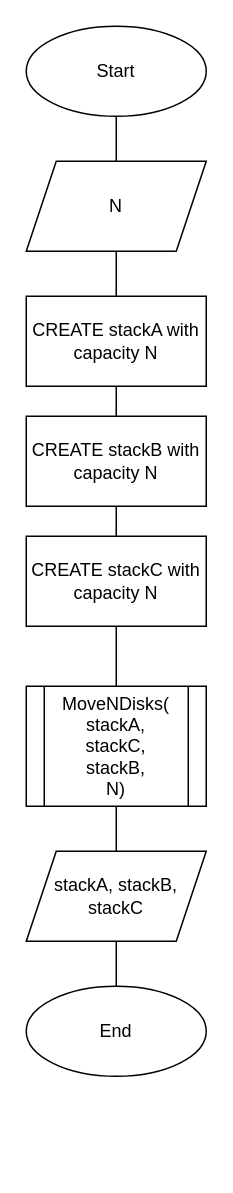
MrTimeGo/ads-petselia-kp01 keeps this draw.io diagram as page "Main" (1 of 6) of lab6/diagram.drawio. Above is the earlier version. Source tidied: cells renumbered, new cells numbered last; positions are measured from the earlier drawing's top-left corner, leaving out a move shared by most shapes. Both pictures are drawn from the tidied source at 150%, with x=0, y=0 at pixel (26, 26).
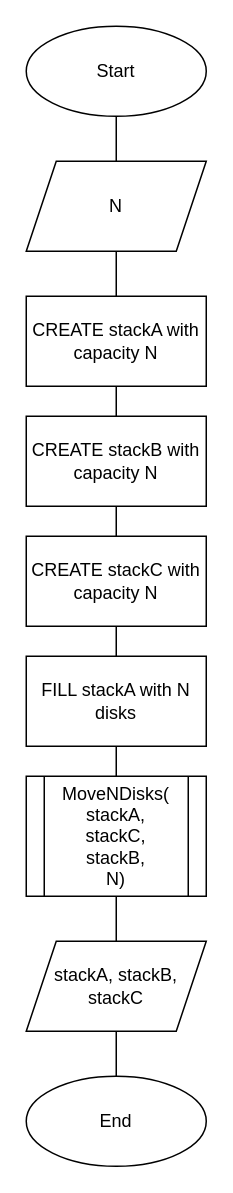
After the change.

Change to the diagram source:
```diff
@@
 <mxGraphModel>
   <root>
     <mxCell id="0" />
     <mxCell id="1" parent="0" />
     <mxCell id="2" style="edgeStyle=orthogonalEdgeStyle;rounded=0;jettySize=auto;html=1;exitX=0.5;exitY=1;exitDx=0;exitDy=0;entryX=0.5;entryY=0;entryDx=0;entryDy=0;endArrow=none;endFill=0;" parent="1" edge="1" source="3" target="5">
       <mxGeometry relative="1" as="geometry" />
     </mxCell>
     <mxCell id="3" value="Start" style="ellipse;whiteSpace=wrap;html=1;" parent="1" vertex="1">
       <mxGeometry width="120" height="60" as="geometry" />
     </mxCell>
     <mxCell id="4" style="edgeStyle=orthogonalEdgeStyle;rounded=0;jettySize=auto;html=1;exitX=0.5;exitY=1;exitDx=0;exitDy=0;entryX=0.5;entryY=0;entryDx=0;entryDy=0;endArrow=none;endFill=0;" parent="1" edge="1" source="5" target="7">
       <mxGeometry relative="1" as="geometry" />
     </mxCell>
     <mxCell id="5" value="N" style="shape=parallelogram;perimeter=parallelogramPerimeter;whiteSpace=wrap;html=1;fixedSize=1;" parent="1" vertex="1">
       <mxGeometry y="90" width="120" height="60" as="geometry" />
     </mxCell>
     <mxCell id="6" style="edgeStyle=orthogonalEdgeStyle;rounded=0;jettySize=auto;html=1;exitX=0.5;exitY=1;exitDx=0;exitDy=0;entryX=0.5;entryY=0;entryDx=0;entryDy=0;endArrow=none;endFill=0;" parent="1" edge="1" source="7" target="9">
       <mxGeometry relative="1" as="geometry" />
     </mxCell>
     <mxCell id="7" value="CREATE stackA with capacity N" style="rounded=0;whiteSpace=wrap;html=1;" parent="1" vertex="1">
       <mxGeometry y="180" width="120" height="60" as="geometry" />
     </mxCell>
     <mxCell id="8" style="edgeStyle=orthogonalEdgeStyle;rounded=0;jettySize=auto;html=1;exitX=0.5;exitY=1;exitDx=0;exitDy=0;entryX=0.5;entryY=0;entryDx=0;entryDy=0;endArrow=none;endFill=0;" parent="1" edge="1" source="9" target="11">
       <mxGeometry relative="1" as="geometry" />
     </mxCell>
     <mxCell id="9" value="CREATE stackB with capacity N" style="rounded=0;whiteSpace=wrap;html=1;" parent="1" vertex="1">
       <mxGeometry y="260" width="120" height="60" as="geometry" />
     </mxCell>
-    <mxCell id="10" style="edgeStyle=orthogonalEdgeStyle;rounded=0;jettySize=auto;html=1;exitX=0.5;exitY=1;exitDx=0;exitDy=0;entryX=0.5;entryY=0;entryDx=0;entryDy=0;endArrow=none;endFill=0;" parent="1" edge="1" source="11" target="13">
-      <mxGeometry relative="1" as="geometry" />
-    </mxCell>
+    <mxCell id="17" style="edgeStyle=orthogonalEdgeStyle;rounded=0;jettySize=auto;html=1;exitX=0.5;exitY=1;exitDx=0;exitDy=0;entryX=0.5;entryY=0;entryDx=0;entryDy=0;endArrow=none;endFill=0;" parent="1" edge="1" source="11" target="19">
+      <mxGeometry relative="1" as="geometry" />
+    </mxCell>
     <mxCell id="11" value="CREATE stackC with capacity N" style="rounded=0;whiteSpace=wrap;html=1;" parent="1" vertex="1">
       <mxGeometry y="340" width="120" height="60" as="geometry" />
     </mxCell>
     <mxCell id="12" style="edgeStyle=orthogonalEdgeStyle;rounded=0;jettySize=auto;html=1;exitX=0.5;exitY=1;exitDx=0;exitDy=0;entryX=0.5;entryY=0;entryDx=0;entryDy=0;endArrow=none;endFill=0;" parent="1" edge="1" source="13" target="15">
       <mxGeometry relative="1" as="geometry" />
     </mxCell>
     <mxCell id="13" value="MoveNDisks(&lt;br&gt;stackA,&lt;br&gt;stackC,&lt;br&gt;stackB,&lt;br&gt;N)" style="shape=process;whiteSpace=wrap;html=1;backgroundOutline=1;" parent="1" vertex="1">
-      <mxGeometry y="440" width="120" height="80" as="geometry" />
+      <mxGeometry y="500" width="120" height="80" as="geometry" />
     </mxCell>
     <mxCell id="14" style="edgeStyle=orthogonalEdgeStyle;rounded=0;jettySize=auto;html=1;exitX=0.5;exitY=1;exitDx=0;exitDy=0;entryX=0.5;entryY=0;entryDx=0;entryDy=0;endArrow=none;endFill=0;" parent="1" edge="1" source="15" target="16">
       <mxGeometry relative="1" as="geometry" />
     </mxCell>
     <mxCell id="15" value="stackA, stackB, stackC" style="shape=parallelogram;perimeter=parallelogramPerimeter;whiteSpace=wrap;html=1;fixedSize=1;" parent="1" vertex="1">
-      <mxGeometry y="550" width="120" height="60" as="geometry" />
+      <mxGeometry y="610" width="120" height="60" as="geometry" />
     </mxCell>
     <mxCell id="16" value="End" style="ellipse;whiteSpace=wrap;html=1;" parent="1" vertex="1">
-      <mxGeometry y="640" width="120" height="60" as="geometry" />
+      <mxGeometry y="700" width="120" height="60" as="geometry" />
     </mxCell>
+    <mxCell id="18" style="edgeStyle=orthogonalEdgeStyle;rounded=0;jettySize=auto;html=1;exitX=0.5;exitY=1;exitDx=0;exitDy=0;entryX=0.5;entryY=0;entryDx=0;entryDy=0;endArrow=none;endFill=0;" parent="1" edge="1" source="19" target="13">
+      <mxGeometry relative="1" as="geometry" />
+    </mxCell>
+    <mxCell id="19" value="FILL stackA with N disks" style="rounded=0;whiteSpace=wrap;html=1;" parent="1" vertex="1">
+      <mxGeometry y="420" width="120" height="60" as="geometry" />
+    </mxCell>
   </root>
 </mxGraphModel>
```
